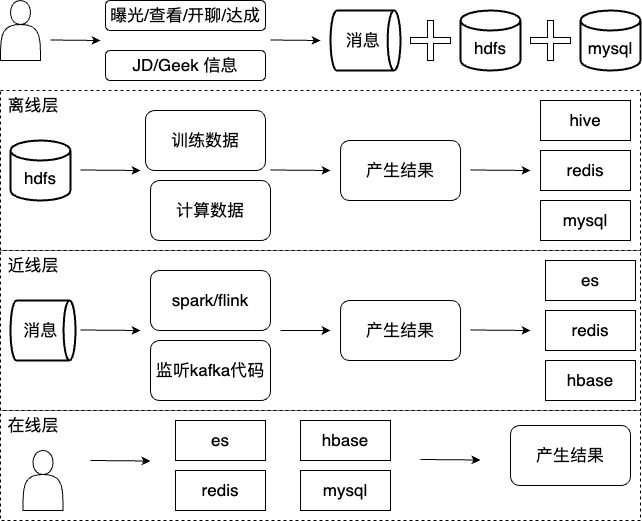
Earlier version of the draw.io export 数据处理之业界分析与方案选择.png (liujunao/draw-data). Source tidied: cells renumbered, new cells last; positions are measured from the earlier drawing's top-left corner, leaving out a move shared by most shapes.
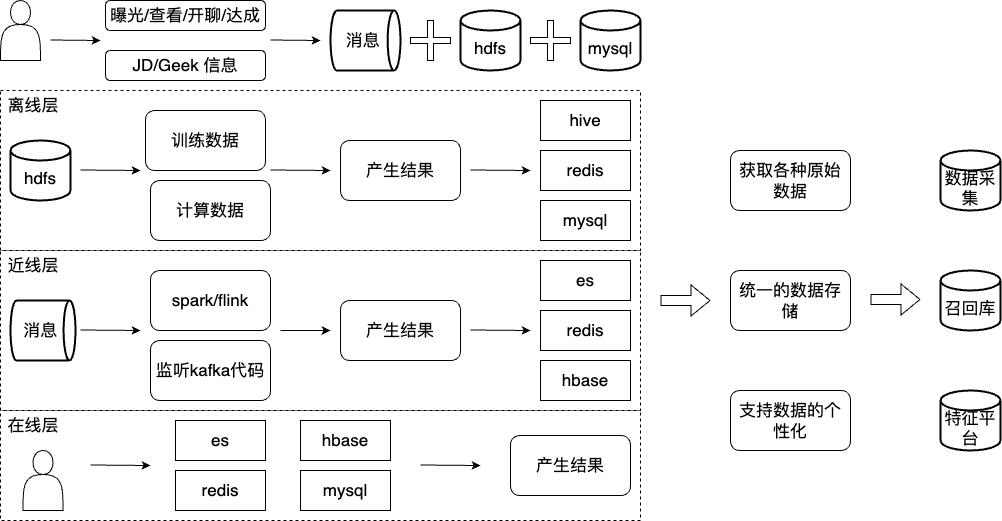
Above is the later version.

Commit message:
更新数据处理之业界分析与方案选择.png

What changed in the source:
```diff
@@ -111,13 +111,13 @@
       </mxGeometry>
     </mxCell>
     <mxCell id="31" value="&lt;font size=&quot;3&quot;&gt;es&lt;/font&gt;" style="rounded=0;whiteSpace=wrap;html=1;" parent="1" vertex="1">
-      <mxGeometry x="545" y="260" width="90" height="40" as="geometry" />
+      <mxGeometry x="540" y="260" width="90" height="40" as="geometry" />
     </mxCell>
     <mxCell id="32" value="&lt;font size=&quot;3&quot;&gt;redis&lt;/font&gt;" style="rounded=0;whiteSpace=wrap;html=1;" parent="1" vertex="1">
-      <mxGeometry x="545" y="310" width="90" height="40" as="geometry" />
+      <mxGeometry x="540" y="310" width="90" height="40" as="geometry" />
     </mxCell>
     <mxCell id="33" value="&lt;font size=&quot;3&quot;&gt;hbase&lt;/font&gt;" style="rounded=0;whiteSpace=wrap;html=1;" parent="1" vertex="1">
-      <mxGeometry x="545" y="360" width="90" height="40" as="geometry" />
+      <mxGeometry x="540" y="360" width="90" height="40" as="geometry" />
     </mxCell>
     <mxCell id="34" style="endArrow=classic;html=1;rounded=0;" parent="1" edge="1">
       <mxGeometry relative="1" as="geometry">
@@ -141,18 +141,18 @@
       <mxGeometry x="300" y="470" width="90" height="40" as="geometry" />
     </mxCell>
     <mxCell id="40" value="&lt;font size=&quot;3&quot;&gt;产生结果&lt;/font&gt;" style="rounded=1;whiteSpace=wrap;html=1;" parent="1" vertex="1">
-      <mxGeometry x="510" y="425" width="120" height="60" as="geometry" />
+      <mxGeometry x="510" y="435" width="120" height="60" as="geometry" />
     </mxCell>
     <mxCell id="41" style="endArrow=classic;html=1;rounded=0;" parent="1" edge="1">
       <mxGeometry relative="1" as="geometry">
-        <mxPoint x="90" y="460" as="sourcePoint" />
-        <mxPoint x="150" y="460.5" as="targetPoint" />
+        <mxPoint x="90" y="464.5" as="sourcePoint" />
+        <mxPoint x="150" y="465" as="targetPoint" />
       </mxGeometry>
     </mxCell>
     <mxCell id="42" style="endArrow=classic;html=1;rounded=0;" parent="1" edge="1">
       <mxGeometry relative="1" as="geometry">
-        <mxPoint x="420" y="459" as="sourcePoint" />
-        <mxPoint x="480" y="459.5" as="targetPoint" />
+        <mxPoint x="420" y="464.5" as="sourcePoint" />
+        <mxPoint x="480" y="465" as="targetPoint" />
       </mxGeometry>
     </mxCell>
     <mxCell id="43" value="&lt;font size=&quot;3&quot;&gt;离线层&lt;/font&gt;" style="text;html=1;strokeColor=none;fillColor=none;align=center;verticalAlign=middle;whiteSpace=wrap;rounded=0;" parent="1" vertex="1">
@@ -164,5 +164,35 @@
     <mxCell id="45" value="&lt;font size=&quot;3&quot;&gt;在线层&lt;/font&gt;" style="text;html=1;strokeColor=none;fillColor=none;align=center;verticalAlign=middle;whiteSpace=wrap;rounded=0;" parent="1" vertex="1">
       <mxGeometry x="2.5" y="410" width="60" height="30" as="geometry" />
     </mxCell>
+    <mxCell id="46" value="&lt;font size=&quot;3&quot;&gt;统一的数据存储&lt;/font&gt;" style="rounded=1;whiteSpace=wrap;html=1;" parent="1" vertex="1">
+      <mxGeometry x="730" y="270" width="120" height="60" as="geometry" />
+    </mxCell>
+    <mxCell id="47" value="&lt;font size=&quot;3&quot;&gt;支持数据的个性化&lt;/font&gt;" style="rounded=1;whiteSpace=wrap;html=1;" parent="1" vertex="1">
+      <mxGeometry x="730" y="390" width="120" height="60" as="geometry" />
+    </mxCell>
+    <mxCell id="48" value="&lt;font size=&quot;3&quot;&gt;获取各种原始数据&lt;/font&gt;" style="rounded=1;whiteSpace=wrap;html=1;" parent="1" vertex="1">
+      <mxGeometry x="730" y="150" width="120" height="60" as="geometry" />
+    </mxCell>
+    <mxCell id="49" style="shape=flexArrow;endArrow=classic;html=1;rounded=0;" parent="1" edge="1">
+      <mxGeometry relative="1" as="geometry">
+        <mxPoint x="660" y="300" as="sourcePoint" />
+        <mxPoint x="710" y="300" as="targetPoint" />
+      </mxGeometry>
+    </mxCell>
+    <mxCell id="50" value="&lt;br&gt;&lt;font size=&quot;3&quot;&gt;召回库&lt;/font&gt;" style="strokeWidth=2;html=1;shape=mxgraph.flowchart.database;whiteSpace=wrap;" parent="1" vertex="1">
+      <mxGeometry x="940" y="270" width="60" height="60" as="geometry" />
+    </mxCell>
+    <mxCell id="51" value="&lt;br&gt;&lt;font size=&quot;3&quot;&gt;特征平台&lt;/font&gt;" style="strokeWidth=2;html=1;shape=mxgraph.flowchart.database;whiteSpace=wrap;" parent="1" vertex="1">
+      <mxGeometry x="940" y="390" width="60" height="60" as="geometry" />
+    </mxCell>
+    <mxCell id="52" style="shape=flexArrow;endArrow=classic;html=1;rounded=0;" parent="1" edge="1">
+      <mxGeometry relative="1" as="geometry">
+        <mxPoint x="870" y="299" as="sourcePoint" />
+        <mxPoint x="920" y="299" as="targetPoint" />
+      </mxGeometry>
+    </mxCell>
+    <mxCell id="53" value="&lt;br&gt;&lt;font size=&quot;3&quot;&gt;数据采集&lt;/font&gt;" style="strokeWidth=2;html=1;shape=mxgraph.flowchart.database;whiteSpace=wrap;" parent="1" vertex="1">
+      <mxGeometry x="940" y="150" width="60" height="60" as="geometry" />
+    </mxCell>
   </root>
 </mxGraphModel>
```
